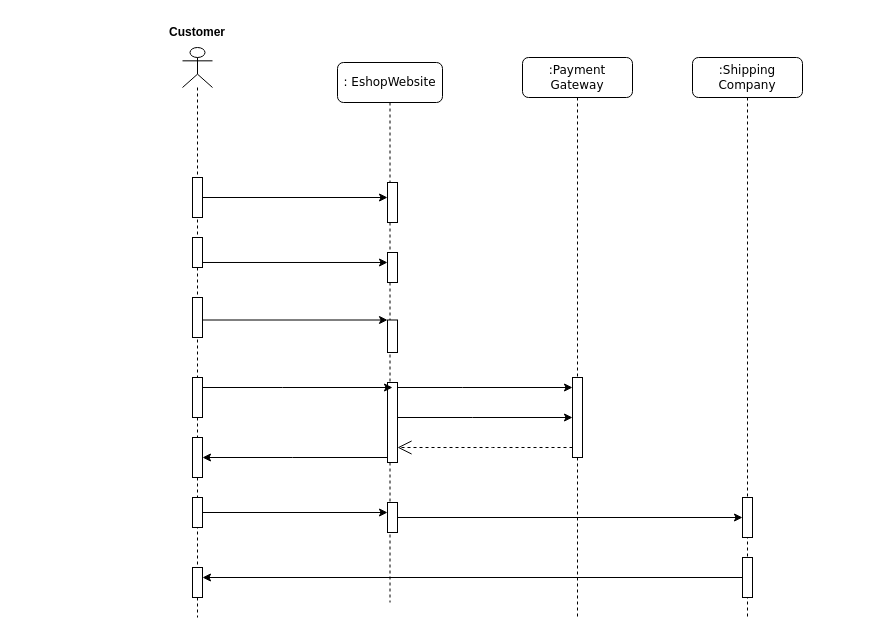
Arxonus/Programms keeps this draw.io diagram as sequence Diagram.drawio. Above is the earlier version. Source tidied: cells renumbered, new cells numbered last; positions are measured from the earlier drawing's top-left corner, leaving out a move shared by most shapes. Both pictures are drawn from the tidied source at 100%, with x=0, y=0 at pixel (167, 17).
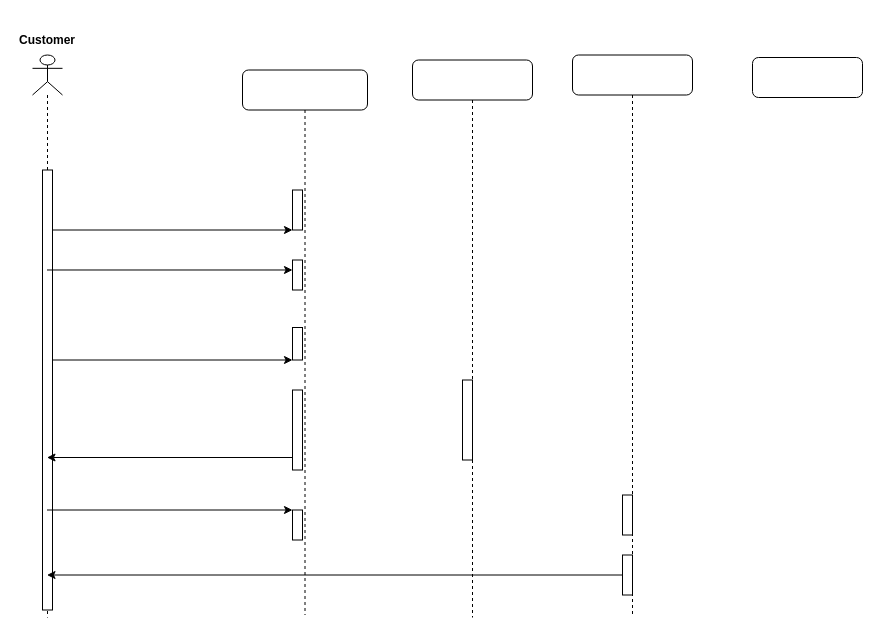
The same page after the edit.

The change refers to these unchanged cells:
```xml
<mxCell id="4" style="html=1;points=[];perimeter=orthogonalPerimeter;outlineConnect=0;targetShapes=umlLifeline;portConstraint=eastwest;newEdgeStyle={&quot;edgeStyle&quot;:&quot;elbowEdgeStyle&quot;,&quot;elbow&quot;:&quot;vertical&quot;,&quot;curved&quot;:0,&quot;rounded&quot;:0};" parent="2" vertex="1">
  <mxGeometry x="50" y="190" width="10" height="30" as="geometry" />
</mxCell>
<mxCell id="5" style="html=1;points=[];perimeter=orthogonalPerimeter;outlineConnect=0;targetShapes=umlLifeline;portConstraint=eastwest;newEdgeStyle={&quot;edgeStyle&quot;:&quot;elbowEdgeStyle&quot;,&quot;elbow&quot;:&quot;vertical&quot;,&quot;curved&quot;:0,&quot;rounded&quot;:0};" parent="2" vertex="1">
  <mxGeometry x="50" y="257.5" width="10" height="32.5" as="geometry" />
</mxCell>
<mxCell id="6" style="html=1;points=[];perimeter=orthogonalPerimeter;outlineConnect=0;targetShapes=umlLifeline;portConstraint=eastwest;newEdgeStyle={&quot;edgeStyle&quot;:&quot;elbowEdgeStyle&quot;,&quot;elbow&quot;:&quot;vertical&quot;,&quot;curved&quot;:0,&quot;rounded&quot;:0};" parent="2" vertex="1">
  <mxGeometry x="50" y="320" width="10" height="80" as="geometry" />
</mxCell>
<mxCell id="7" style="html=1;points=[];perimeter=orthogonalPerimeter;outlineConnect=0;targetShapes=umlLifeline;portConstraint=eastwest;newEdgeStyle={&quot;edgeStyle&quot;:&quot;elbowEdgeStyle&quot;,&quot;elbow&quot;:&quot;vertical&quot;,&quot;curved&quot;:0,&quot;rounded&quot;:0};" parent="2" vertex="1">
  <mxGeometry x="50" y="440" width="10" height="30" as="geometry" />
</mxCell>
<mxCell id="9" style="html=1;points=[];perimeter=orthogonalPerimeter;outlineConnect=0;targetShapes=umlLifeline;portConstraint=eastwest;newEdgeStyle={&quot;edgeStyle&quot;:&quot;elbowEdgeStyle&quot;,&quot;elbow&quot;:&quot;vertical&quot;,&quot;curved&quot;:0,&quot;rounded&quot;:0};" parent="8" vertex="1">
  <mxGeometry x="50" y="320" width="10" height="80" as="geometry" />
</mxCell>
<mxCell id="12" style="html=1;points=[];perimeter=orthogonalPerimeter;outlineConnect=0;targetShapes=umlLifeline;portConstraint=eastwest;newEdgeStyle={&quot;edgeStyle&quot;:&quot;elbowEdgeStyle&quot;,&quot;elbow&quot;:&quot;vertical&quot;,&quot;curved&quot;:0,&quot;rounded&quot;:0};" parent="10" vertex="1">
  <mxGeometry x="50" y="500" width="10" height="40" as="geometry" />
</mxCell>
```

The edit, as a diff of the source:
```diff
@@
-    <mxCell id="2" value=": EshopWebsite" style="shape=umlLifeline;perimeter=lifelinePerimeter;whiteSpace=wrap;html=1;rounded=1;shadow=0;comic=0;labelBackgroundColor=none;strokeWidth=1;fontFamily=Verdana;fontSize=12;align=center;" parent="1" vertex="1">
-      <mxGeometry x="170" y="45" width="105" height="540" as="geometry" />
+    <mxCell id="2" style="shape=umlLifeline;perimeter=lifelinePerimeter;whiteSpace=wrap;html=1;rounded=1;shadow=0;comic=0;labelBackgroundColor=none;strokeWidth=1;fontFamily=Verdana;fontSize=12;align=center;" parent="1" vertex="1">
+      <mxGeometry x="75" y="52.5" width="125" height="545" as="geometry" />
     </mxCell>
@@
-    <mxCell id="8" value=":Payment&lt;br&gt;Gateway" style="shape=umlLifeline;perimeter=lifelinePerimeter;whiteSpace=wrap;html=1;rounded=1;shadow=0;comic=0;labelBackgroundColor=none;strokeWidth=1;fontFamily=Verdana;fontSize=12;align=center;" parent="1" vertex="1">
-      <mxGeometry x="355" y="40" width="110" height="560" as="geometry" />
+    <mxCell id="8" style="shape=umlLifeline;perimeter=lifelinePerimeter;whiteSpace=wrap;html=1;rounded=1;shadow=0;comic=0;labelBackgroundColor=none;strokeWidth=1;fontFamily=Verdana;fontSize=12;align=center;" parent="1" vertex="1">
+      <mxGeometry x="245" y="42.5" width="120" height="557.5" as="geometry" />
     </mxCell>
@@
-    <mxCell id="10" value=":Shipping&lt;br&gt;Company" style="shape=umlLifeline;perimeter=lifelinePerimeter;whiteSpace=wrap;html=1;rounded=1;shadow=0;comic=0;labelBackgroundColor=none;strokeWidth=1;fontFamily=Verdana;fontSize=12;align=center;" parent="1" vertex="1">
-      <mxGeometry x="525" y="40" width="110" height="560" as="geometry" />
+    <mxCell id="10" style="shape=umlLifeline;perimeter=lifelinePerimeter;whiteSpace=wrap;html=1;rounded=1;shadow=0;comic=0;labelBackgroundColor=none;strokeWidth=1;fontFamily=Verdana;fontSize=12;align=center;" parent="1" vertex="1">
+      <mxGeometry x="405" y="37.5" width="120" height="560" as="geometry" />
     </mxCell>
@@
     <mxCell id="13" style="shape=umlLifeline;perimeter=lifelinePerimeter;whiteSpace=wrap;html=1;outlineConnect=0;portConstraint=eastwest;newEdgeStyle={&quot;edgeStyle&quot;:&quot;elbowEdgeStyle&quot;,&quot;elbow&quot;:&quot;vertical&quot;,&quot;curved&quot;:0,&quot;rounded&quot;:0};participant=umlActor;" parent="1" vertex="1">
-      <mxGeometry x="15" y="30" width="30" height="570" as="geometry" />
+      <mxGeometry x="-135" y="37.5" width="30" height="562.5" as="geometry" />
     </mxCell>
     <mxCell id="14" style="html=1;points=[];perimeter=orthogonalPerimeter;outlineConnect=0;targetShapes=umlLifeline;portConstraint=eastwest;newEdgeStyle={&quot;edgeStyle&quot;:&quot;elbowEdgeStyle&quot;,&quot;elbow&quot;:&quot;vertical&quot;,&quot;curved&quot;:0,&quot;rounded&quot;:0};" parent="13" vertex="1">
-      <mxGeometry x="10" y="130" width="10" height="40" as="geometry" />
+      <mxGeometry x="10" y="115" width="10" height="440" as="geometry" />
     </mxCell>
-    <mxCell id="15" style="html=1;points=[];perimeter=orthogonalPerimeter;outlineConnect=0;targetShapes=umlLifeline;portConstraint=eastwest;newEdgeStyle={&quot;edgeStyle&quot;:&quot;elbowEdgeStyle&quot;,&quot;elbow&quot;:&quot;vertical&quot;,&quot;curved&quot;:0,&quot;rounded&quot;:0};" parent="13" vertex="1">
-      <mxGeometry x="10" y="190" width="10" height="30" as="geometry" />
-    </mxCell>
-    <mxCell id="16" style="html=1;points=[];perimeter=orthogonalPerimeter;outlineConnect=0;targetShapes=umlLifeline;portConstraint=eastwest;newEdgeStyle={&quot;edgeStyle&quot;:&quot;elbowEdgeStyle&quot;,&quot;elbow&quot;:&quot;vertical&quot;,&quot;curved&quot;:0,&quot;rounded&quot;:0};" parent="13" vertex="1">
-      <mxGeometry x="10" y="250" width="10" height="40" as="geometry" />
-    </mxCell>
-    <mxCell id="17" style="html=1;points=[];perimeter=orthogonalPerimeter;outlineConnect=0;targetShapes=umlLifeline;portConstraint=eastwest;newEdgeStyle={&quot;edgeStyle&quot;:&quot;elbowEdgeStyle&quot;,&quot;elbow&quot;:&quot;vertical&quot;,&quot;curved&quot;:0,&quot;rounded&quot;:0};" parent="13" vertex="1">
-      <mxGeometry x="10" y="330" width="10" height="40" as="geometry" />
-    </mxCell>
-    <mxCell id="18" style="html=1;points=[];perimeter=orthogonalPerimeter;outlineConnect=0;targetShapes=umlLifeline;portConstraint=eastwest;newEdgeStyle={&quot;edgeStyle&quot;:&quot;elbowEdgeStyle&quot;,&quot;elbow&quot;:&quot;vertical&quot;,&quot;curved&quot;:0,&quot;rounded&quot;:0};" parent="13" vertex="1">
-      <mxGeometry x="10" y="390" width="10" height="40" as="geometry" />
-    </mxCell>
-    <mxCell id="19" style="html=1;points=[];perimeter=orthogonalPerimeter;outlineConnect=0;targetShapes=umlLifeline;portConstraint=eastwest;newEdgeStyle={&quot;edgeStyle&quot;:&quot;elbowEdgeStyle&quot;,&quot;elbow&quot;:&quot;vertical&quot;,&quot;curved&quot;:0,&quot;rounded&quot;:0};" parent="13" vertex="1">
-      <mxGeometry x="10" y="450" width="10" height="30" as="geometry" />
-    </mxCell>
-    <mxCell id="20" style="html=1;points=[];perimeter=orthogonalPerimeter;outlineConnect=0;targetShapes=umlLifeline;portConstraint=eastwest;newEdgeStyle={&quot;edgeStyle&quot;:&quot;elbowEdgeStyle&quot;,&quot;elbow&quot;:&quot;vertical&quot;,&quot;curved&quot;:0,&quot;rounded&quot;:0};" parent="13" vertex="1">
-      <mxGeometry x="10" y="520" width="10" height="30" as="geometry" />
-    </mxCell>
     <mxCell id="21" value="&lt;b&gt;Customer&lt;/b&gt;" style="text;html=1;strokeColor=none;fillColor=none;align=center;verticalAlign=middle;whiteSpace=wrap;rounded=0;" parent="1" vertex="1">
-      <mxGeometry width="60" height="30" as="geometry" />
+      <mxGeometry x="-150" y="7.5" width="60" height="30" as="geometry" />
     </mxCell>
@@
-    <mxCell id="23" style="endArrow=classic;html=1;rounded=0;entryX=0;entryY=0.333;entryDx=0;entryDy=0;entryPerimeter=0;" parent="1" edge="1" source="15" target="4">
+    <mxCell id="23" style="endArrow=classic;html=1;rounded=0;entryX=0;entryY=0.333;entryDx=0;entryDy=0;entryPerimeter=0;" parent="1" edge="1" source="13" target="4">
       <mxGeometry relative="1" as="geometry" />
     </mxCell>
-    <mxCell id="24" style="endArrow=classic;html=1;rounded=0;" parent="1" edge="1" source="16" target="5">
+    <mxCell id="24" style="endArrow=classic;html=1;rounded=0;" parent="1" edge="1" source="14" target="5">
       <mxGeometry relative="1" as="geometry" />
     </mxCell>
-    <mxCell id="25" style="endArrow=classic;html=1;rounded=0;entryX=0;entryY=0;entryDx=0;entryDy=0;" parent="1" edge="1" source="17">
-      <mxGeometry relative="1" as="geometry">
-        <mxPoint x="225" y="370" as="targetPoint" />
-        <Array as="points">
-          <mxPoint x="115" y="370" />
-        </Array>
-      </mxGeometry>
-    </mxCell>
-    <mxCell id="26" style="endArrow=classic;html=1;rounded=0;" parent="1" edge="1" source="6" target="9">
-      <mxGeometry relative="1" as="geometry">
-        <Array as="points">
-          <mxPoint x="295" y="370" />
-        </Array>
-      </mxGeometry>
-    </mxCell>
-    <mxCell id="27" style="endArrow=classic;html=1;rounded=0;" parent="1" edge="1" source="6" target="9">
-      <mxGeometry relative="1" as="geometry">
-        <Array as="points">
-          <mxPoint x="305" y="400" />
-        </Array>
-      </mxGeometry>
-    </mxCell>
-    <mxCell id="28" style="endArrow=open;endSize=12;dashed=1;html=1;rounded=0;" parent="1" edge="1" source="9" target="6">
-      <mxGeometry x="0.03" y="20" relative="1" as="geometry">
-        <Array as="points">
-          <mxPoint x="325" y="430" />
-        </Array>
-      </mxGeometry>
-    </mxCell>
-    <mxCell id="29" style="endArrow=classic;html=1;rounded=0;" parent="1" edge="1" source="6" target="18">
+    <mxCell id="29" style="endArrow=classic;html=1;rounded=0;" parent="1" edge="1" source="6" target="13">
       <mxGeometry relative="1" as="geometry">
         <Array as="points">
           <mxPoint x="125" y="440" />
         </Array>
       </mxGeometry>
     </mxCell>
-    <mxCell id="30" style="endArrow=classic;html=1;rounded=0;" parent="1" edge="1" source="19" target="7">
+    <mxCell id="30" style="endArrow=classic;html=1;rounded=0;" parent="1" edge="1" source="13" target="7">
       <mxGeometry relative="1" as="geometry" />
     </mxCell>
-    <mxCell id="31" style="endArrow=classic;html=1;rounded=0;" parent="1" edge="1" source="12" target="20">
+    <mxCell id="31" style="endArrow=classic;html=1;rounded=0;" parent="1" edge="1" source="12" target="13">
       <mxGeometry relative="1" as="geometry" />
     </mxCell>
-    <mxCell id="32" style="endArrow=classic;html=1;rounded=0;" parent="1" edge="1" source="7">
-      <mxGeometry relative="1" as="geometry">
-        <mxPoint x="575" y="500" as="targetPoint" />
-      </mxGeometry>
-    </mxCell>
+    <mxCell id="33" style="rounded=1;whiteSpace=wrap;html=1;" parent="1" vertex="1">
+      <mxGeometry x="585" y="40" width="110" height="40" as="geometry" />
+    </mxCell>
```
